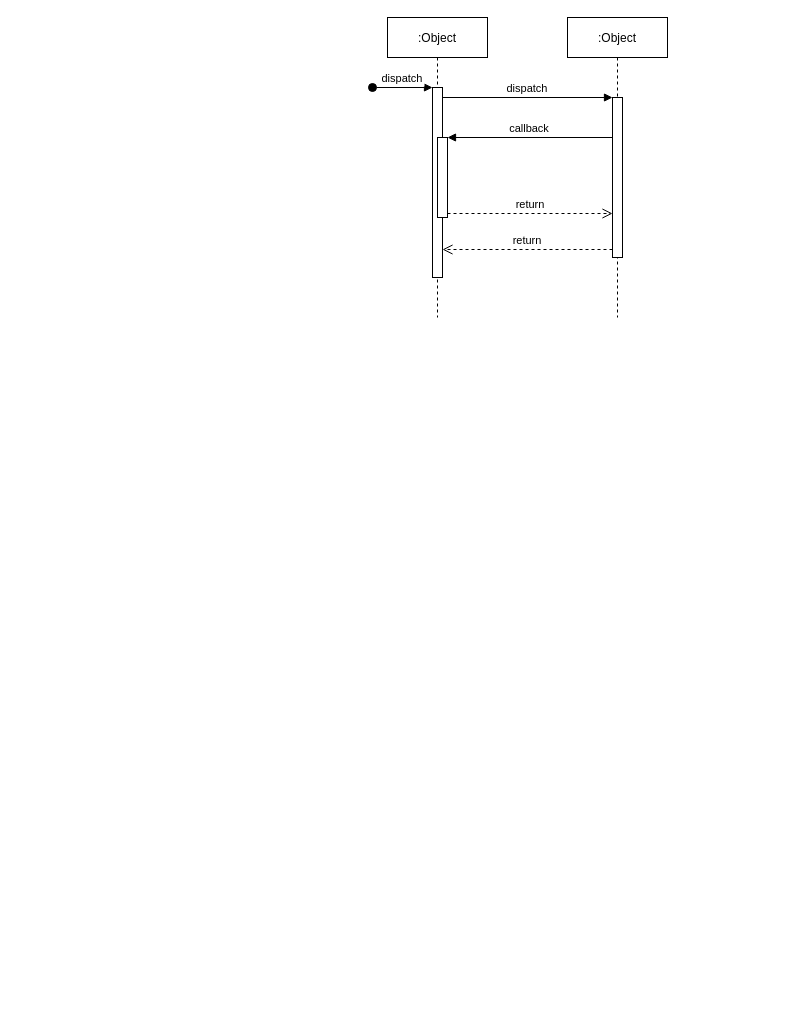
This is ECO IT/Sequence Diagram.drawio from cyrisa02/diagrammes-UML, a draw.io file, before an edit. Source tidied: cells renumbered, new cells numbered last; positions are measured from the earlier drawing's top-left corner, leaving out a move shared by most shapes. Both pictures are drawn from the tidied source at 100%, with x=0, y=0 at pixel (372, 17).
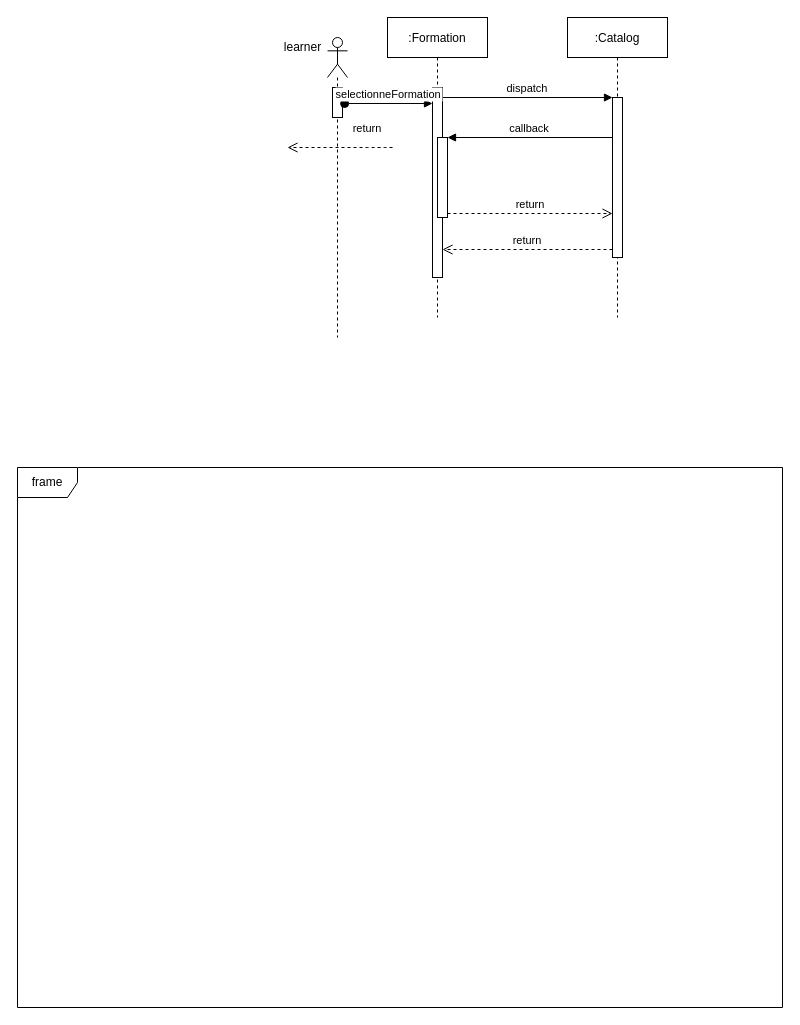
The same diagram, later.

What changed in the source:
```diff
@@
 <mxGraphModel>
   <root>
     <mxCell id="0" />
     <mxCell id="1" parent="0" />
-    <mxCell id="2" value=":Object" style="shape=umlLifeline;perimeter=lifelinePerimeter;rounded=0;shadow=0;strokeWidth=1;" parent="1" vertex="1">
+    <mxCell id="2" value=":Formation" style="shape=umlLifeline;perimeter=lifelinePerimeter;rounded=0;shadow=0;strokeWidth=1;" parent="1" vertex="1">
       <mxGeometry x="15" width="100" height="300" as="geometry" />
     </mxCell>
     <mxCell id="3" style="points=[];perimeter=orthogonalPerimeter;rounded=0;shadow=0;strokeWidth=1;" parent="2" vertex="1">
       <mxGeometry x="45" y="70" width="10" height="190" as="geometry" />
     </mxCell>
-    <mxCell id="4" value="dispatch" style="verticalAlign=bottom;startArrow=oval;endArrow=block;startSize=8;shadow=0;strokeWidth=1;" parent="2" edge="1" target="3">
-      <mxGeometry relative="1" as="geometry">
-        <mxPoint x="-15" y="70" as="sourcePoint" />
-      </mxGeometry>
-    </mxCell>
     <mxCell id="5" style="points=[];perimeter=orthogonalPerimeter;rounded=0;shadow=0;strokeWidth=1;" parent="2" vertex="1">
       <mxGeometry x="50" y="120" width="10" height="80" as="geometry" />
     </mxCell>
-    <mxCell id="6" value=":Object" style="shape=umlLifeline;perimeter=lifelinePerimeter;rounded=0;shadow=0;strokeWidth=1;" parent="1" vertex="1">
+    <mxCell id="6" value=":Catalog" style="shape=umlLifeline;perimeter=lifelinePerimeter;rounded=0;shadow=0;strokeWidth=1;" parent="1" vertex="1">
       <mxGeometry x="195" width="100" height="300" as="geometry" />
     </mxCell>
     <mxCell id="7" style="points=[];perimeter=orthogonalPerimeter;rounded=0;shadow=0;strokeWidth=1;" parent="6" vertex="1">
       <mxGeometry x="45" y="80" width="10" height="160" as="geometry" />
     </mxCell>
     <mxCell id="8" value="return" style="verticalAlign=bottom;endArrow=open;dashed=1;endSize=8;exitX=0;exitY=0.95;shadow=0;strokeWidth=1;" parent="1" edge="1" source="7" target="3">
       <mxGeometry relative="1" as="geometry" />
     </mxCell>
     <mxCell id="9" value="dispatch" style="verticalAlign=bottom;endArrow=block;entryX=0;entryY=0;shadow=0;strokeWidth=1;" parent="1" edge="1" source="3" target="7">
       <mxGeometry relative="1" as="geometry" />
     </mxCell>
     <mxCell id="10" value="callback" style="verticalAlign=bottom;endArrow=block;entryX=1;entryY=0;shadow=0;strokeWidth=1;" parent="1" edge="1" source="7" target="5">
       <mxGeometry relative="1" as="geometry" />
     </mxCell>
     <mxCell id="11" value="return" style="verticalAlign=bottom;endArrow=open;dashed=1;endSize=8;exitX=1;exitY=0.95;shadow=0;strokeWidth=1;" parent="1" edge="1" source="5" target="7">
       <mxGeometry relative="1" as="geometry" />
     </mxCell>
+    <mxCell id="12" value="frame" style="shape=umlFrame;whiteSpace=wrap;html=1;" parent="1" vertex="1">
+      <mxGeometry x="-355" y="450" width="765" height="540" as="geometry" />
+    </mxCell>
+    <mxCell id="13" style="shape=umlLifeline;participant=umlActor;perimeter=lifelinePerimeter;whiteSpace=wrap;html=1;verticalAlign=top;spacingTop=36;" parent="1" vertex="1">
+      <mxGeometry x="-45" y="20" width="20" height="300" as="geometry" />
+    </mxCell>
+    <mxCell id="14" style="html=1;points=[];perimeter=orthogonalPerimeter;" parent="13" vertex="1">
+      <mxGeometry x="5" y="50" width="10" height="30" as="geometry" />
+    </mxCell>
+    <mxCell id="15" value="learner" style="text;html=1;align=center;verticalAlign=middle;fillColor=none;strokeColor=none;rounded=0;" parent="1" vertex="1">
+      <mxGeometry x="-95" y="20" width="50" height="20" as="geometry" />
+    </mxCell>
+    <mxCell id="4" value="selectionneFormation" style="verticalAlign=bottom;startArrow=oval;endArrow=block;startSize=8;shadow=0;strokeWidth=1;exitX=1.211;exitY=0.533;exitDx=0;exitDy=0;exitPerimeter=0;" parent="1" edge="1" source="14" target="3">
+      <mxGeometry relative="1" as="geometry" />
+    </mxCell>
+    <mxCell id="16" value="return" style="verticalAlign=bottom;endArrow=open;dashed=1;endSize=8;exitX=0;exitY=0.95;shadow=0;strokeWidth=1;" parent="1" edge="1">
+      <mxGeometry x="-0.52" y="-10" relative="1" as="geometry">
+        <mxPoint x="20" y="130" as="sourcePoint" />
+        <mxPoint x="-85" y="130" as="targetPoint" />
+        <Array as="points">
+          <mxPoint x="5" y="130" />
+        </Array>
+      </mxGeometry>
+    </mxCell>
   </root>
 </mxGraphModel>
```
